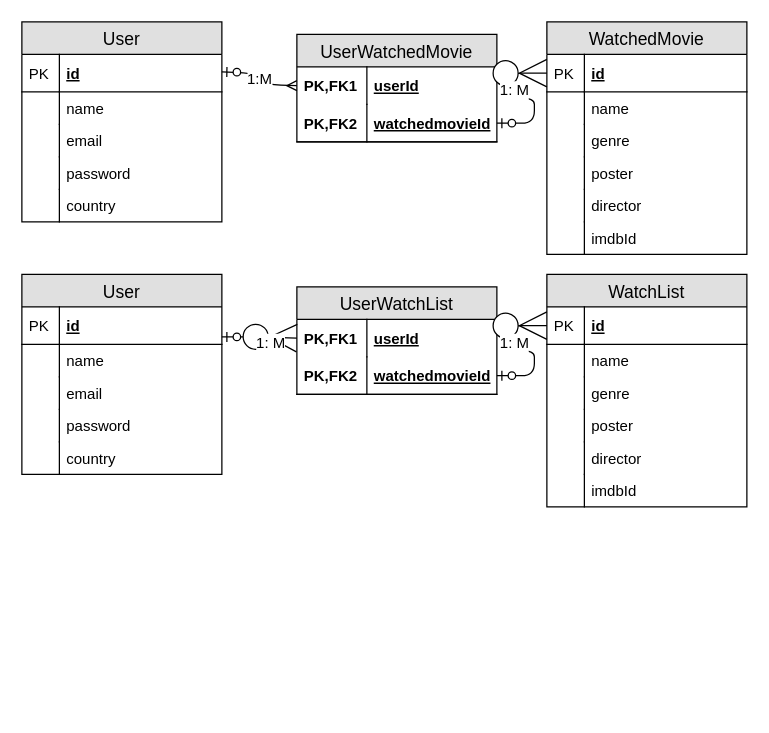
Earlier version of the draw.io diagram ERD.drawio (mousesaver/project-2). Source tidied: cells renumbered, new cells numbered last; positions are measured from the earlier drawing's top-left corner, leaving out a move shared by most shapes. Both pictures are drawn from the tidied source at 125%, with x=0, y=0 at pixel (21, 21).
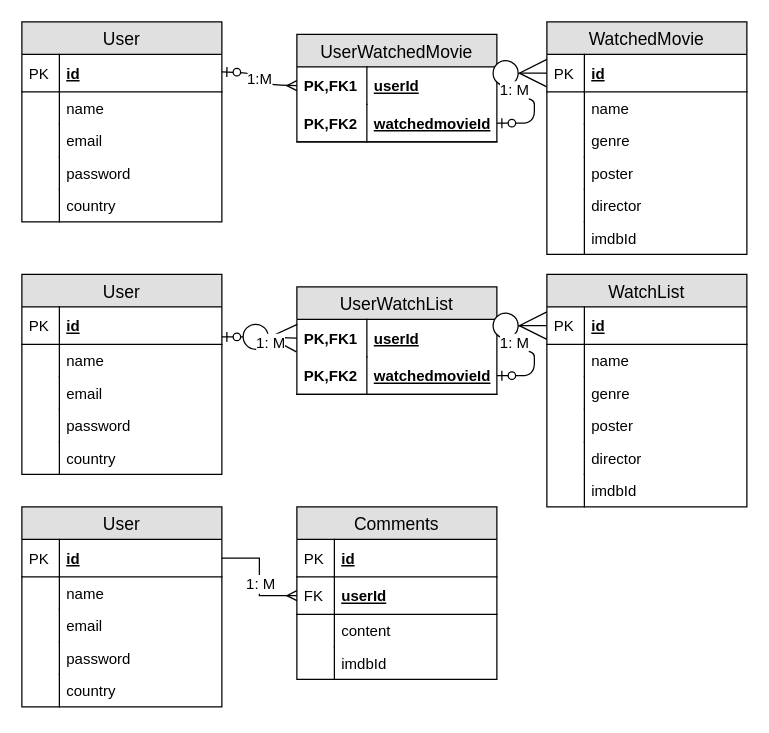
The same page after the edit.

The edit, as a diff of the source:
```diff
@@
+    <mxCell id="68" value="User" style="swimlane;fontStyle=0;horizontal=1;startSize=26;fillColor=#e0e0e0;swimlaneFillColor=#ffffff;align=center;fontSize=14;" parent="1" vertex="1">
+      <mxGeometry y="388" width="160" height="160" as="geometry" />
+    </mxCell>
+    <mxCell id="69" value="id" style="shape=partialRectangle;top=0;left=0;right=0;bottom=1;align=left;verticalAlign=middle;fillColor=none;spacingLeft=34;spacingRight=4;overflow=hidden;points=[[0,0.5],[1,0.5]];portConstraint=eastwest;fontStyle=5;fontSize=12;" parent="68" vertex="1">
+      <mxGeometry y="26" width="160" height="30" as="geometry" />
+    </mxCell>
+    <mxCell id="70" value="PK" style="shape=partialRectangle;top=0;left=0;bottom=0;fillColor=none;align=left;verticalAlign=middle;spacingLeft=4;spacingRight=4;overflow=hidden;fontSize=12;" parent="69" vertex="1">
+      <mxGeometry width="30" height="30" as="geometry" />
+    </mxCell>
+    <mxCell id="71" value="name " style="shape=partialRectangle;top=0;left=0;right=0;bottom=0;align=left;verticalAlign=top;fillColor=none;spacingLeft=34;spacingRight=4;overflow=hidden;fontSize=12;" parent="68" vertex="1">
+      <mxGeometry y="56" width="160" height="26" as="geometry" />
+    </mxCell>
+    <mxCell id="72" style="shape=partialRectangle;top=0;left=0;bottom=0;fillColor=none;align=left;verticalAlign=top;spacingLeft=4;spacingRight=4;overflow=hidden;fontSize=12;" parent="71" vertex="1">
+      <mxGeometry width="30" height="26" as="geometry" />
+    </mxCell>
+    <mxCell id="73" value="email" style="shape=partialRectangle;top=0;left=0;right=0;bottom=0;align=left;verticalAlign=top;fillColor=none;spacingLeft=34;spacingRight=4;overflow=hidden;fontSize=12;" parent="68" vertex="1">
+      <mxGeometry y="82" width="160" height="26" as="geometry" />
+    </mxCell>
+    <mxCell id="74" style="shape=partialRectangle;top=0;left=0;bottom=0;fillColor=none;align=left;verticalAlign=top;spacingLeft=4;spacingRight=4;overflow=hidden;fontSize=12;" parent="73" vertex="1">
+      <mxGeometry width="30" height="26" as="geometry" />
+    </mxCell>
+    <mxCell id="75" value="password" style="shape=partialRectangle;top=0;left=0;right=0;bottom=0;align=left;verticalAlign=top;fillColor=none;spacingLeft=34;spacingRight=4;overflow=hidden;fontSize=12;" parent="68" vertex="1">
+      <mxGeometry y="108" width="160" height="26" as="geometry" />
+    </mxCell>
+    <mxCell id="76" style="shape=partialRectangle;top=0;left=0;bottom=0;fillColor=none;align=left;verticalAlign=top;spacingLeft=4;spacingRight=4;overflow=hidden;fontSize=12;" parent="75" vertex="1">
+      <mxGeometry width="30" height="26" as="geometry" />
+    </mxCell>
+    <mxCell id="77" value="country" style="shape=partialRectangle;top=0;left=0;right=0;bottom=0;align=left;verticalAlign=top;fillColor=none;spacingLeft=34;spacingRight=4;overflow=hidden;fontSize=12;" parent="68" vertex="1">
+      <mxGeometry y="134" width="160" height="26" as="geometry" />
+    </mxCell>
+    <mxCell id="78" style="shape=partialRectangle;top=0;left=0;bottom=0;fillColor=none;align=left;verticalAlign=top;spacingLeft=4;spacingRight=4;overflow=hidden;fontSize=12;" parent="77" vertex="1">
+      <mxGeometry width="30" height="26" as="geometry" />
+    </mxCell>
+    <mxCell id="79" value="Comments" style="swimlane;fontStyle=0;horizontal=1;startSize=26;fillColor=#e0e0e0;swimlaneFillColor=#ffffff;align=center;fontSize=14;" parent="1" vertex="1">
+      <mxGeometry x="220" y="388" width="160" height="138" as="geometry" />
+    </mxCell>
+    <mxCell id="80" value="id" style="shape=partialRectangle;top=0;left=0;right=0;bottom=1;align=left;verticalAlign=middle;fillColor=none;spacingLeft=34;spacingRight=4;overflow=hidden;fontStyle=5;fontSize=12;" parent="79" vertex="1">
+      <mxGeometry y="26" width="160" height="30" as="geometry" />
+    </mxCell>
+    <mxCell id="81" value="PK" style="shape=partialRectangle;top=0;left=0;bottom=0;fillColor=none;align=left;verticalAlign=middle;spacingLeft=4;spacingRight=4;overflow=hidden;fontSize=12;" parent="80" vertex="1">
+      <mxGeometry width="30" height="30" as="geometry" />
+    </mxCell>
+    <mxCell id="82" value="userId" style="shape=partialRectangle;top=0;left=0;right=0;bottom=1;align=left;verticalAlign=middle;fillColor=none;spacingLeft=34;spacingRight=4;overflow=hidden;points=[[0,0.5],[1,0.5]];portConstraint=eastwest;fontStyle=5;fontSize=12;" parent="79" vertex="1">
+      <mxGeometry y="56" width="160" height="30" as="geometry" />
+    </mxCell>
+    <mxCell id="83" value="FK" style="shape=partialRectangle;top=0;left=0;bottom=0;fillColor=none;align=left;verticalAlign=middle;spacingLeft=4;spacingRight=4;overflow=hidden;fontSize=12;" parent="82" vertex="1">
+      <mxGeometry width="30" height="30" as="geometry" />
+    </mxCell>
+    <mxCell id="84" value="content " style="shape=partialRectangle;top=0;left=0;right=0;bottom=0;align=left;verticalAlign=top;fillColor=none;spacingLeft=34;spacingRight=4;overflow=hidden;fontSize=12;" parent="79" vertex="1">
+      <mxGeometry y="86" width="160" height="26" as="geometry" />
+    </mxCell>
+    <mxCell id="85" style="shape=partialRectangle;top=0;left=0;bottom=0;fillColor=none;align=left;verticalAlign=top;spacingLeft=4;spacingRight=4;overflow=hidden;fontSize=12;" parent="84" vertex="1">
+      <mxGeometry width="30" height="26" as="geometry" />
+    </mxCell>
+    <mxCell id="86" value="imdbId" style="shape=partialRectangle;top=0;left=0;right=0;bottom=0;align=left;verticalAlign=top;fillColor=none;spacingLeft=34;spacingRight=4;overflow=hidden;fontSize=12;" parent="79" vertex="1">
+      <mxGeometry y="112" width="160" height="26" as="geometry" />
+    </mxCell>
+    <mxCell id="87" style="shape=partialRectangle;top=0;left=0;bottom=0;fillColor=none;align=left;verticalAlign=top;spacingLeft=4;spacingRight=4;overflow=hidden;fontSize=12;" parent="86" vertex="1">
+      <mxGeometry width="30" height="26" as="geometry" />
+    </mxCell>
+    <mxCell id="88" style="edgeStyle=orthogonalEdgeStyle;rounded=0;jettySize=auto;html=1;exitX=1;exitY=0.5;exitDx=0;exitDy=0;entryX=0;entryY=0.5;entryDx=0;entryDy=0;endArrow=ERmany;endFill=0;" parent="1" edge="1" source="69" target="82">
+      <mxGeometry relative="1" as="geometry" />
+    </mxCell>
+    <mxCell id="89" value="1: M" style="text;html=1;align=center;verticalAlign=middle;labelBackgroundColor=#ffffff;" parent="1" vertex="1">
+      <mxGeometry x="215" y="302" as="geometry">
+        <mxPoint x="-25" y="147" as="offset" />
+      </mxGeometry>
+    </mxCell>
```
